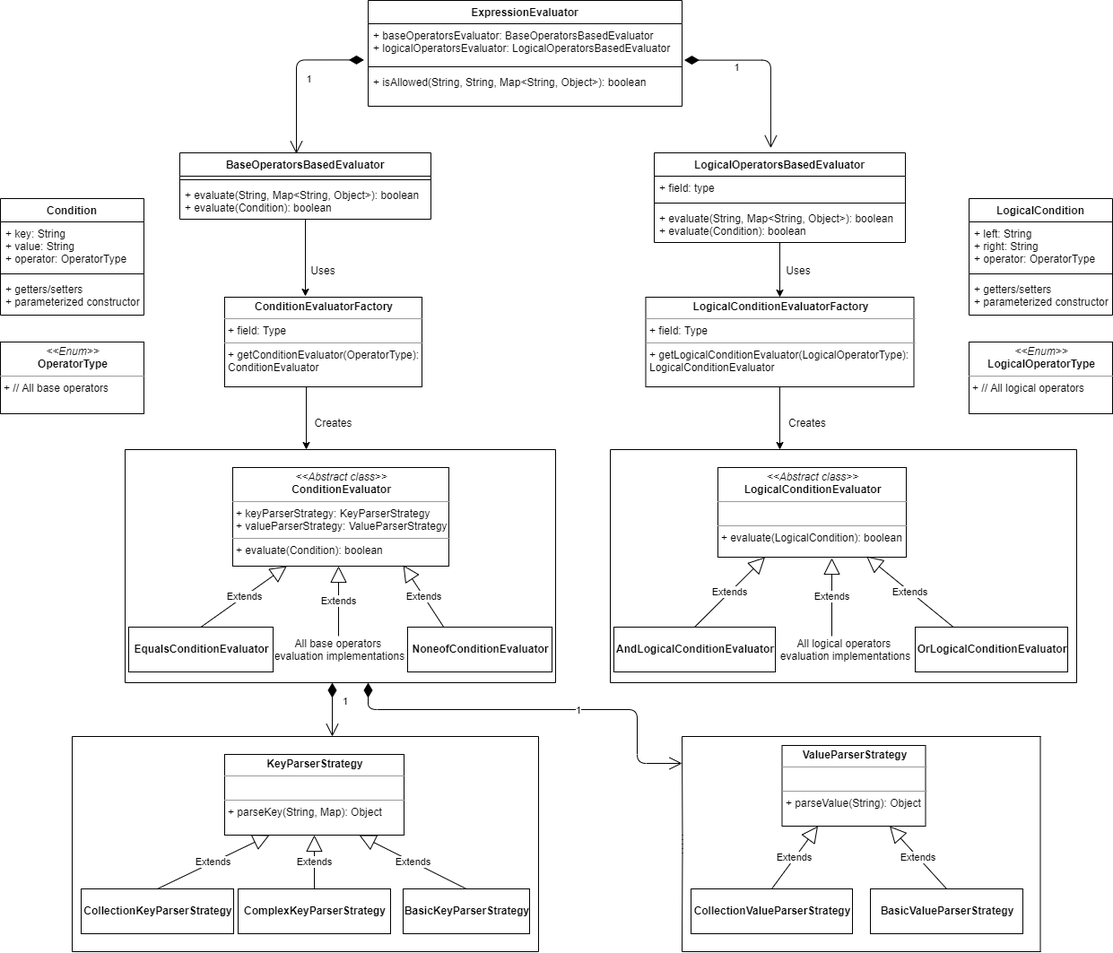
Before: ClassDiagram.png, a diagram exported from draw.io (RavitejaRTR/FeatureGatingModule). Source tidied: cells renumbered, new cells last; positions are measured from the earlier drawing's top-left corner, leaving out a move shared by most shapes.
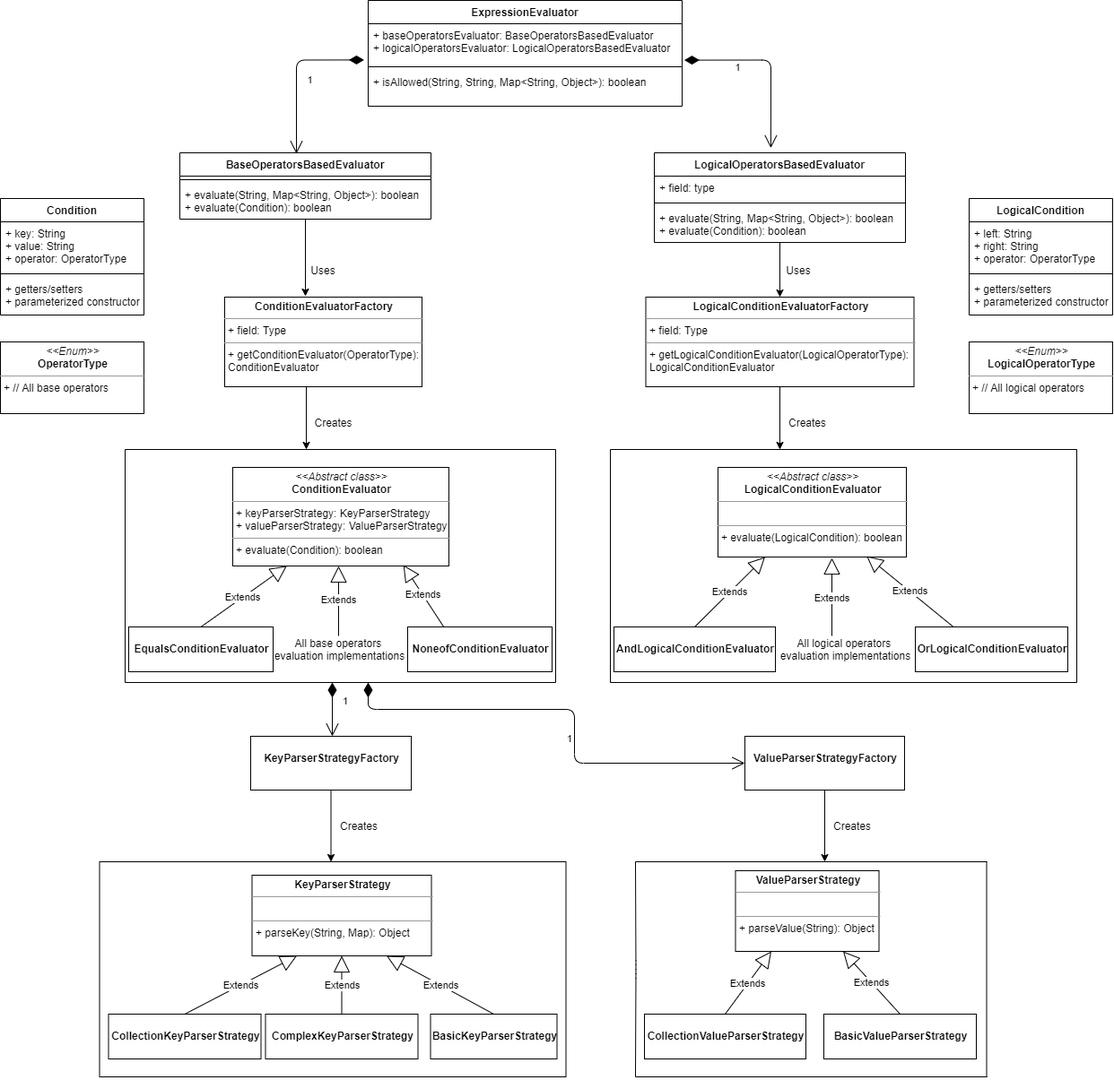
Above is the later version.

Commit message:
Update ClassDiagram with KeyParserStrategyFactory and ValueParserStrategyFactory

The edit, as a diff of the source:
```diff
@@ -217,43 +217,43 @@
       <mxGeometry x="880" y="461" width="40" height="20" as="geometry" />
     </mxCell>
     <mxCell id="59" value="&lt;p style=&quot;margin: 0px ; margin-top: 4px ; text-align: center&quot;&gt;&lt;b&gt;KeyParserStrategy&lt;/b&gt;&lt;/p&gt;&lt;hr size=&quot;1&quot;&gt;&lt;p style=&quot;margin: 0px ; margin-left: 4px&quot;&gt;&lt;br&gt;&lt;/p&gt;&lt;hr size=&quot;1&quot;&gt;&lt;p style=&quot;margin: 0px ; margin-left: 4px&quot;&gt;+ parseKey(String, Map): Object&lt;/p&gt;" style="verticalAlign=top;align=left;overflow=fill;fontSize=12;fontFamily=Helvetica;html=1;" parent="1" vertex="1">
-      <mxGeometry x="250" y="841" width="200" height="90" as="geometry" />
+      <mxGeometry x="280.5" y="976" width="200" height="90" as="geometry" />
     </mxCell>
     <mxCell id="60" value="&lt;p style=&quot;margin: 0px ; margin-top: 4px ; text-align: center&quot;&gt;&lt;br&gt;&lt;b&gt;CollectionKeyParserStrategy&lt;/b&gt;&lt;/p&gt;" style="verticalAlign=top;align=left;overflow=fill;fontSize=12;fontFamily=Helvetica;html=1;" parent="1" vertex="1">
-      <mxGeometry x="90" y="991" width="170" height="50" as="geometry" />
+      <mxGeometry x="120.5" y="1131" width="170" height="50" as="geometry" />
     </mxCell>
     <mxCell id="61" value="Extends" style="endArrow=block;endSize=16;endFill=0;html=1;entryX=0.25;entryY=1;entryDx=0;entryDy=0;exitX=0.5;exitY=0;exitDx=0;exitDy=0;" parent="1" edge="1" source="60" target="59">
       <mxGeometry relative="1" as="geometry" />
     </mxCell>
     <mxCell id="62" style="endArrow=none;html=1;" parent="1" edge="1">
       <mxGeometry relative="1" as="geometry">
-        <mxPoint x="80" y="821" as="sourcePoint" />
-        <mxPoint x="600" y="821" as="targetPoint" />
+        <mxPoint x="110.5" y="961" as="sourcePoint" />
+        <mxPoint x="630.5" y="961" as="targetPoint" />
       </mxGeometry>
     </mxCell>
     <mxCell id="63" style="endArrow=none;html=1;" parent="1" edge="1">
       <mxGeometry relative="1" as="geometry">
-        <mxPoint x="80" y="1061" as="sourcePoint" />
-        <mxPoint x="600" y="1061" as="targetPoint" />
+        <mxPoint x="110.5" y="1201" as="sourcePoint" />
+        <mxPoint x="630.5" y="1201" as="targetPoint" />
       </mxGeometry>
     </mxCell>
     <mxCell id="64" style="endArrow=none;html=1;" parent="1" edge="1">
       <mxGeometry relative="1" as="geometry">
-        <mxPoint x="80" y="1061" as="sourcePoint" />
-        <mxPoint x="80" y="821" as="targetPoint" />
+        <mxPoint x="110.5" y="1201" as="sourcePoint" />
+        <mxPoint x="110.5" y="961" as="targetPoint" />
       </mxGeometry>
     </mxCell>
     <mxCell id="65" style="endArrow=none;html=1;" parent="1" edge="1">
       <mxGeometry relative="1" as="geometry">
-        <mxPoint x="600" y="1061" as="sourcePoint" />
-        <mxPoint x="600" y="821" as="targetPoint" />
+        <mxPoint x="630.5" y="1201" as="sourcePoint" />
+        <mxPoint x="630.5" y="961" as="targetPoint" />
       </mxGeometry>
     </mxCell>
     <mxCell id="66" value="&lt;p style=&quot;margin: 0px ; margin-top: 4px ; text-align: center&quot;&gt;&lt;br&gt;&lt;b&gt;ComplexKeyParserStrategy&lt;/b&gt;&lt;/p&gt;" style="verticalAlign=top;align=left;overflow=fill;fontSize=12;fontFamily=Helvetica;html=1;" parent="1" vertex="1">
-      <mxGeometry x="265" y="991" width="170" height="50" as="geometry" />
+      <mxGeometry x="295.5" y="1131" width="170" height="50" as="geometry" />
     </mxCell>
     <mxCell id="67" value="&lt;p style=&quot;margin: 0px ; margin-top: 4px ; text-align: center&quot;&gt;&lt;br&gt;&lt;b&gt;BasicKeyParserStrategy&lt;/b&gt;&lt;/p&gt;" style="verticalAlign=top;align=left;overflow=fill;fontSize=12;fontFamily=Helvetica;html=1;" parent="1" vertex="1">
-      <mxGeometry x="449" y="991" width="141" height="50" as="geometry" />
+      <mxGeometry x="479.5" y="1131" width="141" height="50" as="geometry" />
     </mxCell>
     <mxCell id="68" value="Extends" style="endArrow=block;endSize=16;endFill=0;html=1;exitX=0.5;exitY=0;exitDx=0;exitDy=0;entryX=0.5;entryY=1;entryDx=0;entryDy=0;" parent="1" edge="1" source="66" target="59">
       <mxGeometry relative="1" as="geometry" />
@@ -262,43 +262,43 @@
       <mxGeometry relative="1" as="geometry" />
     </mxCell>
     <mxCell id="70" value="&lt;p style=&quot;margin: 0px ; margin-top: 4px ; text-align: center&quot;&gt;&lt;b&gt;ValueParserStrategy&lt;/b&gt;&lt;/p&gt;&lt;hr size=&quot;1&quot;&gt;&lt;p style=&quot;margin: 0px ; margin-left: 4px&quot;&gt;&lt;br&gt;&lt;/p&gt;&lt;hr size=&quot;1&quot;&gt;&lt;p style=&quot;margin: 0px ; margin-left: 4px&quot;&gt;+ parseValue(String): Object&lt;/p&gt;" style="verticalAlign=top;align=left;overflow=fill;fontSize=12;fontFamily=Helvetica;html=1;" parent="1" vertex="1">
-      <mxGeometry x="871.5" y="831" width="160" height="90" as="geometry" />
+      <mxGeometry x="819.5" y="971" width="160" height="90" as="geometry" />
     </mxCell>
     <mxCell id="71" value="&lt;p style=&quot;margin: 0px ; margin-top: 4px ; text-align: center&quot;&gt;&lt;br&gt;&lt;b&gt;CollectionValueParserStrategy&lt;/b&gt;&lt;/p&gt;" style="verticalAlign=top;align=left;overflow=fill;fontSize=12;fontFamily=Helvetica;html=1;" parent="1" vertex="1">
-      <mxGeometry x="770" y="991" width="180" height="50" as="geometry" />
+      <mxGeometry x="718" y="1131" width="180" height="50" as="geometry" />
     </mxCell>
     <mxCell id="72" value="Extends" style="endArrow=block;endSize=16;endFill=0;html=1;entryX=0.25;entryY=1;entryDx=0;entryDy=0;exitX=0.5;exitY=0;exitDx=0;exitDy=0;" parent="1" edge="1" source="71" target="70">
       <mxGeometry relative="1" as="geometry" />
     </mxCell>
     <mxCell id="73" style="endArrow=none;html=1;" parent="1" edge="1">
       <mxGeometry relative="1" as="geometry">
-        <mxPoint x="760" y="821" as="sourcePoint" />
-        <mxPoint x="1160" y="821" as="targetPoint" />
+        <mxPoint x="708" y="961" as="sourcePoint" />
+        <mxPoint x="1100" y="961" as="targetPoint" />
       </mxGeometry>
     </mxCell>
     <mxCell id="74" style="endArrow=none;html=1;" parent="1" edge="1">
       <mxGeometry relative="1" as="geometry">
-        <mxPoint x="760" y="1061" as="sourcePoint" />
-        <mxPoint x="1160" y="1061" as="targetPoint" />
+        <mxPoint x="708" y="1201" as="sourcePoint" />
+        <mxPoint x="1100" y="1201" as="targetPoint" />
       </mxGeometry>
     </mxCell>
     <mxCell id="75" style="endArrow=none;html=1;" parent="1" edge="1">
       <mxGeometry relative="1" as="geometry">
-        <mxPoint x="760" y="1061" as="sourcePoint" />
-        <mxPoint x="760" y="821" as="targetPoint" />
+        <mxPoint x="708" y="1201" as="sourcePoint" />
+        <mxPoint x="708" y="961" as="targetPoint" />
         <Array as="points">
-          <mxPoint x="760.5" y="941" />
+          <mxPoint x="708.5" y="1081" />
         </Array>
       </mxGeometry>
     </mxCell>
     <mxCell id="76" style="endArrow=none;html=1;" parent="1" edge="1">
       <mxGeometry relative="1" as="geometry">
-        <mxPoint x="1159.5" y="1061" as="sourcePoint" />
-        <mxPoint x="1159.5" y="821" as="targetPoint" />
+        <mxPoint x="1099.5" y="1201" as="sourcePoint" />
+        <mxPoint x="1099.5" y="961" as="targetPoint" />
       </mxGeometry>
     </mxCell>
     <mxCell id="77" value="&lt;p style=&quot;margin: 0px ; margin-top: 4px ; text-align: center&quot;&gt;&lt;br&gt;&lt;b&gt;BasicValueParserStrategy&lt;/b&gt;&lt;/p&gt;" style="verticalAlign=top;align=left;overflow=fill;fontSize=12;fontFamily=Helvetica;html=1;" parent="1" vertex="1">
-      <mxGeometry x="970" y="991" width="170" height="50" as="geometry" />
+      <mxGeometry x="918" y="1131" width="170" height="50" as="geometry" />
     </mxCell>
     <mxCell id="78" value="Extends" style="endArrow=block;endSize=16;endFill=0;html=1;entryX=0.75;entryY=1;entryDx=0;entryDy=0;exitX=0.5;exitY=0;exitDx=0;exitDy=0;" parent="1" edge="1" source="77" target="70">
       <mxGeometry relative="1" as="geometry" />
@@ -309,16 +309,37 @@
         <mxPoint x="370" y="821" as="targetPoint" />
       </mxGeometry>
     </mxCell>
-    <mxCell id="80" value="1" style="endArrow=open;html=1;endSize=12;startArrow=diamondThin;startSize=14;startFill=1;edgeStyle=orthogonalEdgeStyle;align=left;verticalAlign=bottom;" parent="1" edge="1">
+    <mxCell id="80" value="1" style="endArrow=open;html=1;endSize=12;startArrow=diamondThin;startSize=14;startFill=1;edgeStyle=orthogonalEdgeStyle;align=left;verticalAlign=bottom;entryX=0;entryY=0.5;entryDx=0;entryDy=0;" parent="1" edge="1" target="85">
       <mxGeometry x="0.18" y="-10" relative="1" as="geometry">
         <mxPoint x="410" y="761" as="sourcePoint" />
-        <mxPoint x="760" y="851" as="targetPoint" />
         <Array as="points">
           <mxPoint x="410" y="791" />
-          <mxPoint x="710" y="791" />
-          <mxPoint x="710" y="851" />
+          <mxPoint x="640" y="791" />
+          <mxPoint x="640" y="851" />
         </Array>
       </mxGeometry>
     </mxCell>
+    <mxCell id="81" style="edgeStyle=orthogonalEdgeStyle;rounded=0;jettySize=auto;html=1;" parent="1" edge="1" source="82">
+      <mxGeometry relative="1" as="geometry">
+        <mxPoint x="368.5" y="961" as="targetPoint" />
+      </mxGeometry>
+    </mxCell>
+    <mxCell id="82" value="&lt;p style=&quot;margin: 0px ; margin-top: 4px ; text-align: center&quot;&gt;&lt;br&gt;&lt;b&gt;KeyParserStrategyFactory&lt;/b&gt;&lt;/p&gt;" style="verticalAlign=top;align=left;overflow=fill;fontSize=12;fontFamily=Helvetica;html=1;" parent="1" vertex="1">
+      <mxGeometry x="279" y="821" width="179" height="60" as="geometry" />
+    </mxCell>
+    <mxCell id="83" value="Creates" style="text;html=1;strokeColor=none;fillColor=none;align=center;verticalAlign=middle;whiteSpace=wrap;rounded=0;" parent="1" vertex="1">
+      <mxGeometry x="380" y="911" width="40" height="20" as="geometry" />
+    </mxCell>
+    <mxCell id="84" style="edgeStyle=orthogonalEdgeStyle;rounded=0;jettySize=auto;html=1;" parent="1" edge="1" source="85">
+      <mxGeometry relative="1" as="geometry">
+        <mxPoint x="919" y="961" as="targetPoint" />
+      </mxGeometry>
+    </mxCell>
+    <mxCell id="85" value="&lt;p style=&quot;margin: 0px ; margin-top: 4px ; text-align: center&quot;&gt;&lt;br&gt;&lt;b&gt;ValueParserStrategyFactory&lt;/b&gt;&lt;/p&gt;" style="verticalAlign=top;align=left;overflow=fill;fontSize=12;fontFamily=Helvetica;html=1;" parent="1" vertex="1">
+      <mxGeometry x="830" y="821" width="178" height="60" as="geometry" />
+    </mxCell>
+    <mxCell id="86" value="Creates" style="text;html=1;strokeColor=none;fillColor=none;align=center;verticalAlign=middle;whiteSpace=wrap;rounded=0;" parent="1" vertex="1">
+      <mxGeometry x="930" y="911" width="40" height="20" as="geometry" />
+    </mxCell>
   </root>
 </mxGraphModel>
```
